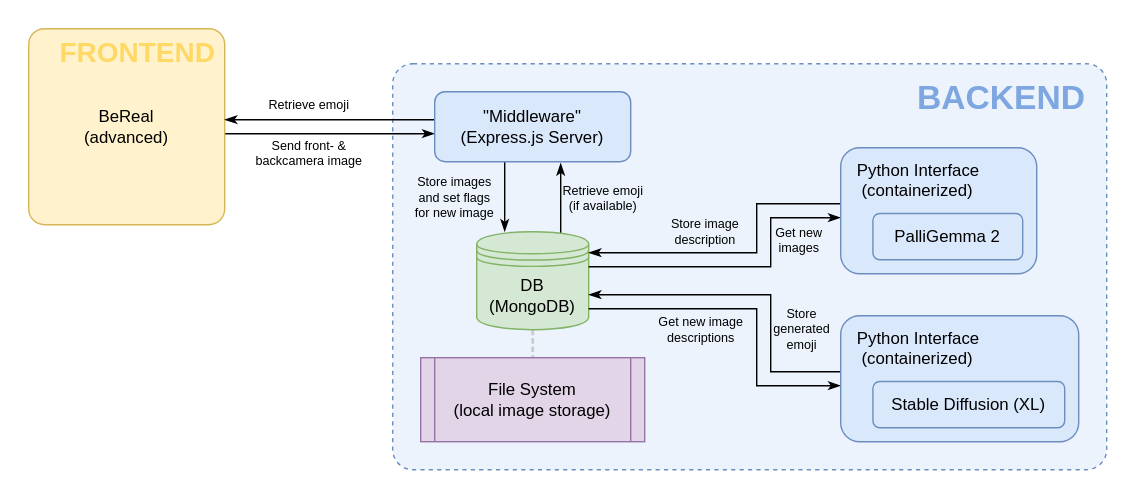
The draw.io diagram infrastructure.svg in Emotion2Emoji-LMU-ACP-WS24-25/Docker-Compose, before a commit. Source tidied: cells renumbered, new cells last; positions are measured from the earlier drawing's top-left corner, leaving out a move shared by most shapes.
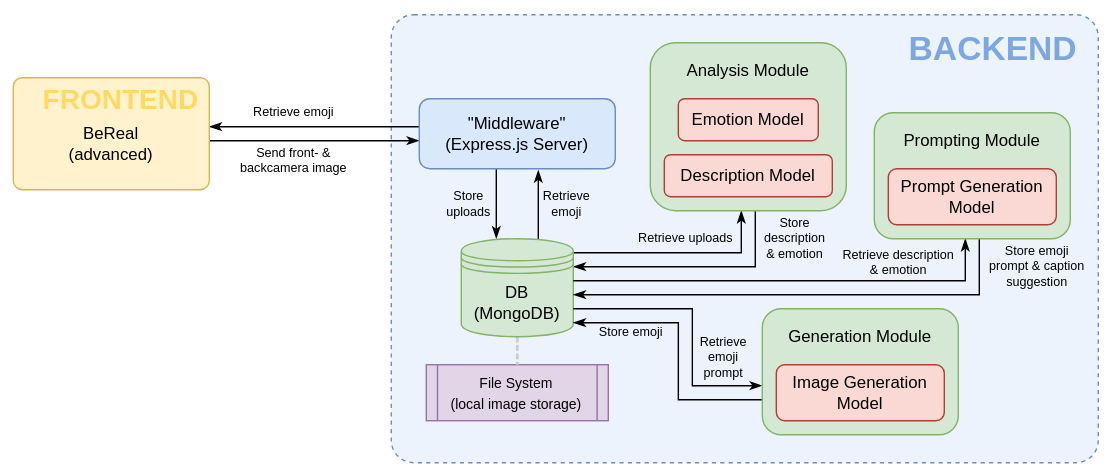
Above is the later version.

Change to the diagram source:
```diff
@@ -3,113 +3,153 @@
     <mxCell id="0" />
     <mxCell id="1" parent="0" />
     <mxCell id="2" style="rounded=0;whiteSpace=wrap;html=1;strokeColor=none;" parent="1" vertex="1">
-      <mxGeometry width="810" height="355" as="geometry" />
+      <mxGeometry x="10" y="-5" width="795" height="340" as="geometry" />
     </mxCell>
     <mxCell id="3" style="rounded=1;whiteSpace=wrap;html=1;arcSize=5;fillColor=#dae8fc;strokeColor=#6c8ebf;dashed=1;glass=0;fillOpacity=50;" parent="1" vertex="1">
-      <mxGeometry x="280" y="45" width="510" height="290" as="geometry" />
+      <mxGeometry x="290" y="5" width="505" height="320" as="geometry" />
     </mxCell>
-    <mxCell id="4" value="Send front- &amp;amp;&lt;br&gt;backcamera image" style="edgeStyle=orthogonalEdgeStyle;rounded=0;orthogonalLoop=1;jettySize=auto;html=1;endArrow=classicThin;endFill=1;fontSize=9;" parent="1" edge="1">
-      <mxGeometry x="-0.2" y="-14" relative="1" as="geometry">
-        <mxPoint x="160" y="95" as="sourcePoint" />
-        <mxPoint x="310" y="95" as="targetPoint" />
+    <mxCell id="4" value="Retrieve uploads" style="edgeStyle=orthogonalEdgeStyle;rounded=0;orthogonalLoop=1;jettySize=auto;html=1;endArrow=classicThin;endFill=1;fontSize=9;startArrow=none;startFill=0;labelBackgroundColor=none;" parent="1" edge="1">
+      <mxGeometry x="0.07" y="10" relative="1" as="geometry">
+        <mxPoint x="420" y="175" as="sourcePoint" />
+        <mxPoint x="540" y="145" as="targetPoint" />
+        <Array as="points">
+          <mxPoint x="540" y="175" />
+        </Array>
       </mxGeometry>
     </mxCell>
-    <mxCell id="5" value="BeReal&lt;br&gt;(advanced)" style="rounded=1;whiteSpace=wrap;html=1;fillColor=#fff2cc;strokeColor=#d6b656;arcSize=8;" parent="1" vertex="1">
-      <mxGeometry x="20" y="20" width="140" height="140" as="geometry" />
+    <mxCell id="5" value="&lt;div&gt;Store&lt;br&gt;description&lt;/div&gt;&lt;div&gt;&amp;amp; emotion&lt;/div&gt;" style="edgeStyle=orthogonalEdgeStyle;rounded=0;orthogonalLoop=1;jettySize=auto;html=1;endArrow=none;endFill=1;fontSize=9;startArrow=classicThin;startFill=1;targetPerimeterSpacing=0;labelBackgroundColor=none;" parent="1" edge="1">
+      <mxGeometry x="0.76" y="-28" relative="1" as="geometry">
+        <mxPoint x="420" y="185" as="sourcePoint" />
+        <mxPoint x="550" y="145" as="targetPoint" />
+        <Array as="points">
+          <mxPoint x="550" y="185" />
+          <mxPoint x="550" y="145" />
+        </Array>
+      </mxGeometry>
     </mxCell>
-    <mxCell id="6" value="&lt;div&gt;Store images&lt;/div&gt;&lt;div&gt;and set flags&lt;br&gt;for new image&lt;/div&gt;" style="edgeStyle=orthogonalEdgeStyle;rounded=0;orthogonalLoop=1;jettySize=auto;html=1;endArrow=classicThin;endFill=1;fontSize=9;labelBackgroundColor=none;" parent="1" edge="1">
-      <mxGeometry x="0.04" y="-36" relative="1" as="geometry">
-        <mxPoint x="360" y="115" as="sourcePoint" />
-        <mxPoint x="360" y="165" as="targetPoint" />
+    <mxCell id="6" value="Send front- &amp;amp;&lt;br&gt;backcamera image" style="edgeStyle=orthogonalEdgeStyle;rounded=0;orthogonalLoop=1;jettySize=auto;html=1;endArrow=classicThin;endFill=1;fontSize=9;" parent="1" edge="1">
+      <mxGeometry x="-0.2" y="-14" relative="1" as="geometry">
+        <mxPoint x="160" y="95" as="sourcePoint" />
+        <mxPoint x="310" y="95" as="targetPoint" />
       </mxGeometry>
     </mxCell>
-    <mxCell id="7" style="edgeStyle=orthogonalEdgeStyle;rounded=0;jettySize=auto;html=1;endArrow=none;endFill=0;dashed=1;dashPattern=1 2;strokeWidth=2;jumpSize=6;strokeColor=#CCCCCC;" parent="1" edge="1" source="12" target="8">
-      <mxGeometry relative="1" as="geometry" />
+    <mxCell id="7" value="Retrieve emoji" style="edgeStyle=orthogonalEdgeStyle;rounded=0;orthogonalLoop=1;jettySize=auto;html=1;endArrow=none;endFill=0;startArrow=classicThin;startFill=1;fontSize=9;" parent="1" edge="1">
+      <mxGeometry x="-0.2" y="10" relative="1" as="geometry">
+        <mxPoint x="160" y="85" as="sourcePoint" />
+        <mxPoint x="310" y="85" as="targetPoint" />
+      </mxGeometry>
     </mxCell>
-    <mxCell id="8" value="File System&lt;br&gt;(local image storage)" style="shape=process;whiteSpace=wrap;html=1;backgroundOutline=1;size=0.0625;fillColor=#e1d5e7;strokeColor=#9673a6;" parent="1" vertex="1">
-      <mxGeometry x="300" y="255" width="160" height="60" as="geometry" />
+    <mxCell id="8" style="group;" parent="1" vertex="1">
+      <mxGeometry x="475" y="25" width="140" height="120" as="geometry" />
     </mxCell>
-    <mxCell id="9" value="Retrieve emoji" style="edgeStyle=orthogonalEdgeStyle;rounded=0;orthogonalLoop=1;jettySize=auto;html=1;endArrow=none;endFill=0;startArrow=classicThin;startFill=1;fontSize=9;" parent="1" edge="1">
-      <mxGeometry x="-0.2" y="10" relative="1" as="geometry">
-        <mxPoint x="160" y="85" as="sourcePoint" />
-        <mxPoint x="310" y="85" as="targetPoint" />
-      </mxGeometry>
+    <mxCell id="9" style="rounded=1;whiteSpace=wrap;html=1;fillColor=#d5e8d4;strokeColor=#82b366;" parent="8" vertex="1">
+      <mxGeometry width="140" height="120" as="geometry" />
     </mxCell>
-    <mxCell id="10" value="Retrieve emoji&lt;br&gt;(if available)" style="edgeStyle=orthogonalEdgeStyle;rounded=0;orthogonalLoop=1;jettySize=auto;html=1;endArrow=none;endFill=0;startArrow=classicThin;startFill=1;fontSize=9;labelBackgroundColor=none;" parent="1" edge="1">
-      <mxGeometry y="30" relative="1" as="geometry">
-        <mxPoint x="400" y="116" as="sourcePoint" />
-        <mxPoint x="400" y="166" as="targetPoint" />
-      </mxGeometry>
+    <mxCell id="10" value="Emotion Model" style="rounded=1;whiteSpace=wrap;html=1;fillColor=#fad9d5;strokeColor=#ae4132;" parent="8" vertex="1">
+      <mxGeometry x="20" y="40" width="100" height="30" as="geometry" />
     </mxCell>
-    <mxCell id="11" value="&quot;Middleware&quot;&lt;br&gt;(Express.js Server)" style="rounded=1;whiteSpace=wrap;html=1;fillColor=#dae8fc;strokeColor=#6c8ebf;" parent="1" vertex="1">
-      <mxGeometry x="310" y="65" width="140" height="50" as="geometry" />
+    <mxCell id="11" value="Description Model" style="rounded=1;whiteSpace=wrap;html=1;fillColor=#fad9d5;strokeColor=#ae4132;" parent="8" vertex="1">
+      <mxGeometry x="10" y="80" width="120" height="30" as="geometry" />
     </mxCell>
-    <mxCell id="12" value="&lt;div&gt;DB&lt;/div&gt;&lt;div&gt;(MongoDB)&lt;br&gt;&lt;/div&gt;" style="shape=datastore;whiteSpace=wrap;html=1;fillColor=#d5e8d4;strokeColor=#82b366;" parent="1" vertex="1">
-      <mxGeometry x="340" y="165" width="80" height="70" as="geometry" />
+    <mxCell id="12" value="Analysis Module" style="text;html=1;align=center;verticalAlign=middle;whiteSpace=wrap;rounded=0;" parent="8" vertex="1">
+      <mxGeometry x="20" y="10" width="100" height="20" as="geometry" />
     </mxCell>
-    <mxCell id="13" value="&lt;div&gt;Store image&lt;br&gt;description&lt;/div&gt;" style="edgeStyle=orthogonalEdgeStyle;rounded=0;orthogonalLoop=1;jettySize=auto;html=1;endArrow=none;endFill=0;fontSize=9;startArrow=classicThin;startFill=1;labelBackgroundColor=none;" parent="1" edge="1">
-      <mxGeometry x="-0.23" y="15" relative="1" as="geometry">
-        <mxPoint x="420" y="180" as="sourcePoint" />
-        <mxPoint x="600" y="145" as="targetPoint" />
-        <Array as="points">
-          <mxPoint x="540" y="180" />
-          <mxPoint x="540" y="145" />
-        </Array>
-      </mxGeometry>
+    <mxCell id="13" value="&lt;font style=&quot;font-size: 10px;&quot;&gt;File System&lt;br&gt;(local image storage)&lt;/font&gt;" style="shape=process;whiteSpace=wrap;html=1;backgroundOutline=1;size=0.0625;fillColor=#e1d5e7;strokeColor=#9673a6;" parent="1" vertex="1">
+      <mxGeometry x="315" y="255" width="130" height="40" as="geometry" />
     </mxCell>
-    <mxCell id="14" value="Get new&lt;br&gt;images" style="edgeStyle=orthogonalEdgeStyle;rounded=0;orthogonalLoop=1;jettySize=auto;html=1;endArrow=classicThin;endFill=1;fontSize=9;startArrow=none;startFill=0;targetPerimeterSpacing=0;labelBackgroundColor=none;" parent="1" edge="1">
-      <mxGeometry x="0.39" y="-20" relative="1" as="geometry">
-        <mxPoint x="420" y="190" as="sourcePoint" />
-        <mxPoint x="600" y="155" as="targetPoint" />
-        <Array as="points">
-          <mxPoint x="550" y="190" />
-          <mxPoint x="550" y="155" />
-        </Array>
-      </mxGeometry>
+    <mxCell id="14" style="edgeStyle=orthogonalEdgeStyle;rounded=0;jettySize=auto;html=1;endArrow=none;endFill=0;dashed=1;dashPattern=1 2;strokeWidth=2;jumpSize=6;strokeColor=#CCCCCC;" parent="1" edge="1" source="18" target="13">
+      <mxGeometry relative="1" as="geometry" />
     </mxCell>
-    <mxCell id="15" value="Get new image&lt;br&gt;descriptions" style="edgeStyle=orthogonalEdgeStyle;rounded=0;orthogonalLoop=1;jettySize=auto;html=1;endArrow=classicThin;endFill=1;fontSize=9;startArrow=none;startFill=0;targetPerimeterSpacing=0;labelBackgroundColor=none;" parent="1" edge="1">
-      <mxGeometry x="-0.32" y="-15" relative="1" as="geometry">
-        <mxPoint x="420" y="220" as="sourcePoint" />
-        <mxPoint x="600" y="275" as="targetPoint" />
-        <Array as="points">
-          <mxPoint x="540" y="220" />
-          <mxPoint x="540" y="275" />
-        </Array>
+    <mxCell id="15" value="&lt;div&gt;Store&lt;/div&gt;&lt;div&gt;uploads&lt;/div&gt;" style="edgeStyle=orthogonalEdgeStyle;rounded=0;orthogonalLoop=1;jettySize=auto;html=1;endArrow=classicThin;endFill=1;fontSize=9;labelBackgroundColor=none;" parent="1" edge="1">
+      <mxGeometry y="-20" relative="1" as="geometry">
+        <mxPoint x="365" y="115" as="sourcePoint" />
+        <mxPoint x="365" y="165" as="targetPoint" />
       </mxGeometry>
     </mxCell>
-    <mxCell id="16" value="&lt;div&gt;Store&lt;/div&gt;&lt;div&gt;generated&lt;/div&gt;emoji" style="edgeStyle=orthogonalEdgeStyle;rounded=0;orthogonalLoop=1;jettySize=auto;html=1;endArrow=none;endFill=0;fontSize=9;startArrow=classicThin;startFill=1;targetPerimeterSpacing=0;labelBackgroundColor=none;" parent="1" edge="1">
-      <mxGeometry x="0.32" y="22" relative="1" as="geometry">
-        <mxPoint x="420" y="210" as="sourcePoint" />
-        <mxPoint x="600" y="265" as="targetPoint" />
-        <Array as="points">
-          <mxPoint x="550" y="210" />
-          <mxPoint x="550" y="265" />
-        </Array>
+    <mxCell id="16" value="&lt;div&gt;Retrieve&lt;/div&gt;&lt;div&gt;emoji&lt;/div&gt;" style="edgeStyle=orthogonalEdgeStyle;rounded=0;orthogonalLoop=1;jettySize=auto;html=1;endArrow=none;endFill=0;startArrow=classicThin;startFill=1;fontSize=9;labelBackgroundColor=none;" parent="1" edge="1">
+      <mxGeometry x="-0.04" y="20" relative="1" as="geometry">
+        <mxPoint x="395" y="116" as="sourcePoint" />
+        <mxPoint x="395" y="166" as="targetPoint" />
       </mxGeometry>
     </mxCell>
-    <mxCell id="17" value="&lt;h1&gt;BACKEND&lt;/h1&gt;" style="text;html=1;align=center;verticalAlign=middle;whiteSpace=wrap;rounded=0;fontColor=#7EA6E0;" parent="1" vertex="1">
-      <mxGeometry x="650" y="55" width="130" height="30" as="geometry" />
+    <mxCell id="17" value="&quot;Middleware&quot;&lt;br&gt;(Express.js Server)" style="rounded=1;whiteSpace=wrap;html=1;fillColor=#dae8fc;strokeColor=#6c8ebf;" parent="1" vertex="1">
+      <mxGeometry x="310" y="65" width="140" height="50" as="geometry" />
     </mxCell>
-    <mxCell id="18" value="&lt;div&gt;FRONTEND&lt;/div&gt;" style="text;html=1;align=center;verticalAlign=middle;whiteSpace=wrap;rounded=0;fontColor=#FFD966;fontSize=20;fontStyle=1;" parent="1" vertex="1">
-      <mxGeometry x="38" y="21" width="120" height="30" as="geometry" />
+    <mxCell id="18" value="&lt;div&gt;DB&lt;/div&gt;&lt;div&gt;(MongoDB)&lt;br&gt;&lt;/div&gt;" style="shape=datastore;whiteSpace=wrap;html=1;fillColor=#d5e8d4;strokeColor=#82b366;" parent="1" vertex="1">
+      <mxGeometry x="340" y="165" width="80" height="70" as="geometry" />
     </mxCell>
-    <mxCell id="19" style="group;" parent="1" vertex="1">
-      <mxGeometry x="600" y="105" width="140" height="90" as="geometry" />
+    <mxCell id="19" value="&lt;div&gt;Store emoji&lt;/div&gt;" style="edgeStyle=orthogonalEdgeStyle;rounded=0;orthogonalLoop=1;jettySize=auto;html=1;endArrow=none;endFill=1;fontSize=9;startArrow=classicThin;startFill=1;targetPerimeterSpacing=0;labelBackgroundColor=none;" parent="1" edge="1">
+      <mxGeometry x="-0.56" y="-7" relative="1" as="geometry">
+        <mxPoint x="420" y="225" as="sourcePoint" />
+        <mxPoint x="555" y="280" as="targetPoint" />
+        <Array as="points">
+          <mxPoint x="495" y="225" />
+          <mxPoint x="495" y="280" />
+        </Array>
+      </mxGeometry>
     </mxCell>
-    <mxCell id="20" value="&lt;div align=&quot;left&quot;&gt;&amp;nbsp;&amp;nbsp; Python Interface&lt;/div&gt;&lt;div align=&quot;left&quot;&gt;&amp;nbsp;&amp;nbsp;&amp;nbsp; (containerized)&lt;/div&gt;&lt;div align=&quot;left&quot;&gt;&lt;br&gt;&lt;/div&gt;&lt;div align=&quot;left&quot;&gt;&lt;br&gt;&lt;/div&gt;&lt;div align=&quot;left&quot;&gt;&lt;br&gt;&lt;/div&gt;" style="rounded=1;whiteSpace=wrap;html=1;fillColor=#dae8fc;strokeColor=#6c8ebf;align=left;" parent="19" vertex="1">
-      <mxGeometry width="140" height="90" as="geometry" />
+    <mxCell id="20" value="Retrieve&lt;br&gt;emoji&lt;br&gt;prompt" style="edgeStyle=orthogonalEdgeStyle;rounded=0;orthogonalLoop=1;jettySize=auto;html=1;endArrow=classicThin;endFill=1;fontSize=9;startArrow=none;startFill=0;targetPerimeterSpacing=0;labelBackgroundColor=none;" parent="1" edge="1">
+      <mxGeometry x="0.71" y="20" relative="1" as="geometry">
+        <mxPoint x="420" y="215" as="sourcePoint" />
+        <mxPoint x="555" y="270" as="targetPoint" />
+        <Array as="points">
+          <mxPoint x="505" y="215" />
+          <mxPoint x="505" y="270" />
+        </Array>
+      </mxGeometry>
     </mxCell>
-    <mxCell id="21" value="PalliGemma 2" style="rounded=1;whiteSpace=wrap;html=1;fillColor=#dae8fc;strokeColor=#6c8ebf;" parent="19" vertex="1">
-      <mxGeometry x="23" y="47" width="107" height="33" as="geometry" />
+    <mxCell id="21" value="Store emoji&lt;br&gt;prompt &amp;amp; caption&lt;br&gt;suggestion" style="edgeStyle=orthogonalEdgeStyle;rounded=0;orthogonalLoop=1;jettySize=auto;html=1;endArrow=none;endFill=1;fontSize=9;startArrow=classicThin;startFill=1;targetPerimeterSpacing=0;labelBackgroundColor=none;" parent="1" edge="1">
+      <mxGeometry x="0.88" y="-41" relative="1" as="geometry">
+        <mxPoint x="420" y="205" as="sourcePoint" />
+        <mxPoint x="710" y="165" as="targetPoint" />
+        <Array as="points">
+          <mxPoint x="710" y="205" />
+          <mxPoint x="710" y="165" />
+        </Array>
+      </mxGeometry>
     </mxCell>
-    <mxCell id="22" style="group;" parent="1" vertex="1">
-      <mxGeometry x="600" y="225" width="170" height="90" as="geometry" />
+    <mxCell id="22" value="Retrieve description&lt;br&gt;&amp;amp; emotion" style="edgeStyle=orthogonalEdgeStyle;rounded=0;orthogonalLoop=1;jettySize=auto;html=1;endArrow=classicThin;endFill=1;fontSize=9;startArrow=none;startFill=0;targetPerimeterSpacing=0;labelBackgroundColor=none;" parent="1" edge="1">
+      <mxGeometry x="0.5" y="13" relative="1" as="geometry">
+        <mxPoint x="420" y="195" as="sourcePoint" />
+        <mxPoint x="700" y="165" as="targetPoint" />
+        <Array as="points">
+          <mxPoint x="700" y="195" />
+          <mxPoint x="700" y="165" />
+        </Array>
+      </mxGeometry>
     </mxCell>
-    <mxCell id="23" value="&lt;div align=&quot;left&quot;&gt;&amp;nbsp;&amp;nbsp; Python Interface&lt;/div&gt;&lt;div align=&quot;left&quot;&gt;&amp;nbsp;&amp;nbsp;&amp;nbsp; (containerized)&lt;/div&gt;&lt;div align=&quot;left&quot;&gt;&lt;br&gt;&lt;/div&gt;&lt;div align=&quot;left&quot;&gt;&lt;br&gt;&lt;/div&gt;&lt;div align=&quot;left&quot;&gt;&lt;br&gt;&lt;/div&gt;" style="rounded=1;whiteSpace=wrap;html=1;fillColor=#dae8fc;strokeColor=#6c8ebf;align=left;" parent="22" vertex="1">
-      <mxGeometry width="170" height="90" as="geometry" />
+    <mxCell id="23" style="group;" parent="1" vertex="1">
+      <mxGeometry x="635" y="75" width="140" height="90" as="geometry" />
     </mxCell>
-    <mxCell id="24" value="&lt;div&gt;Stable Diffusion (XL)&lt;/div&gt;" style="rounded=1;whiteSpace=wrap;html=1;fillColor=#dae8fc;strokeColor=#6c8ebf;" parent="22" vertex="1">
-      <mxGeometry x="23" y="47" width="137" height="33" as="geometry" />
+    <mxCell id="24" style="rounded=1;whiteSpace=wrap;html=1;fillColor=#d5e8d4;strokeColor=#82b366;" parent="23" vertex="1">
+      <mxGeometry width="140" height="90" as="geometry" />
     </mxCell>
+    <mxCell id="25" value="Prompt Generation Model" style="rounded=1;whiteSpace=wrap;html=1;fillColor=#fad9d5;strokeColor=#ae4132;" parent="23" vertex="1">
+      <mxGeometry x="10" y="40" width="120" height="40" as="geometry" />
+    </mxCell>
+    <mxCell id="26" value="&lt;div&gt;Prompting Module&lt;/div&gt;" style="text;html=1;align=center;verticalAlign=middle;whiteSpace=wrap;rounded=0;" parent="23" vertex="1">
+      <mxGeometry x="10" y="10" width="120" height="20" as="geometry" />
+    </mxCell>
+    <mxCell id="27" style="group;" parent="1" vertex="1">
+      <mxGeometry x="555" y="215" width="140" height="90" as="geometry" />
+    </mxCell>
+    <mxCell id="28" style="rounded=1;whiteSpace=wrap;html=1;fillColor=#d5e8d4;strokeColor=#82b366;" parent="27" vertex="1">
+      <mxGeometry width="140" height="90" as="geometry" />
+    </mxCell>
+    <mxCell id="29" value="Image Generation Model" style="rounded=1;whiteSpace=wrap;html=1;fillColor=#fad9d5;strokeColor=#ae4132;" parent="27" vertex="1">
+      <mxGeometry x="10" y="40" width="120" height="40" as="geometry" />
+    </mxCell>
+    <mxCell id="30" value="Generation Module" style="text;html=1;align=center;verticalAlign=middle;whiteSpace=wrap;rounded=0;" parent="27" vertex="1">
+      <mxGeometry x="10" y="10" width="120" height="20" as="geometry" />
+    </mxCell>
+    <mxCell id="31" value="&lt;h1&gt;BACKEND&lt;/h1&gt;" style="text;html=1;align=center;verticalAlign=middle;whiteSpace=wrap;rounded=0;fontColor=#7EA6E0;" parent="1" vertex="1">
+      <mxGeometry x="655" y="15" width="130" height="30" as="geometry" />
+    </mxCell>
+    <mxCell id="32" value="&lt;div&gt;&lt;br&gt;&lt;/div&gt;&lt;div&gt;BeReal&lt;/div&gt;(advanced)" style="rounded=1;whiteSpace=wrap;html=1;fillColor=#fff2cc;strokeColor=#d6b656;arcSize=8;" parent="1" vertex="1">
+      <mxGeometry x="20" y="50" width="140" height="80" as="geometry" />
+    </mxCell>
+    <mxCell id="33" value="&lt;div&gt;FRONTEND&lt;/div&gt;" style="text;html=1;align=center;verticalAlign=middle;whiteSpace=wrap;rounded=0;fontColor=#FFD966;fontSize=20;fontStyle=1;" parent="1" vertex="1">
+      <mxGeometry x="37" y="50" width="120" height="30" as="geometry" />
+    </mxCell>
   </root>
 </mxGraphModel>
```
